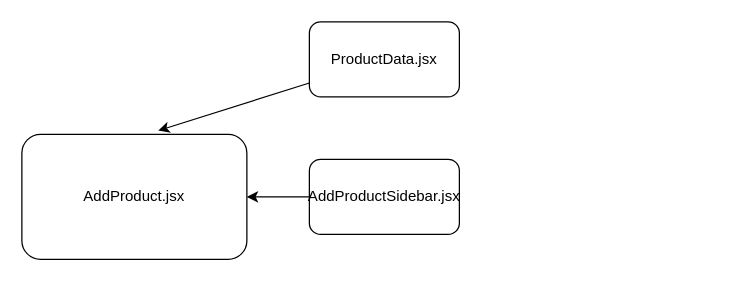
Before: admin/test.drawio in Asil-Ahmad/ecommerceAdmin, a draw.io diagram. Source tidied: cells renumbered, new cells numbered last; positions are measured from the earlier drawing's top-left corner, leaving out a move shared by most shapes. Both pictures are drawn from the tidied source at 125%, with x=0, y=0 at pixel (21, 21).
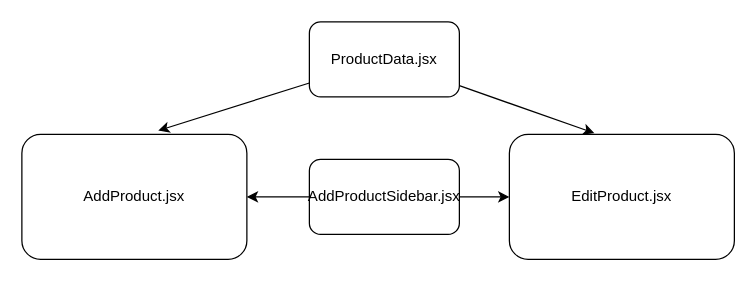
The same page after the edit.

Commit message (it also covers changes not shown here):
Fixed some issues with EditProduct,still need to fix selectedCategories

The edit, as a diff of the source:
```diff
@@
 <mxGraphModel>
   <root>
     <mxCell id="0" />
     <mxCell id="1" parent="0" />
     <mxCell id="2" value="AddProduct.jsx" style="rounded=1;whiteSpace=wrap;html=1;" parent="1" vertex="1">
       <mxGeometry y="90" width="180" height="100" as="geometry" />
     </mxCell>
     <mxCell id="3" style="edgeStyle=none;html=1;" parent="1" edge="1" source="4" target="2">
       <mxGeometry relative="1" as="geometry" />
     </mxCell>
+    <mxCell id="7" style="edgeStyle=none;html=1;" parent="1" edge="1" source="4" target="9">
+      <mxGeometry relative="1" as="geometry" />
+    </mxCell>
     <mxCell id="4" value="AddProductSidebar.jsx" style="rounded=1;whiteSpace=wrap;html=1;" parent="1" vertex="1">
       <mxGeometry x="230" y="110" width="120" height="60" as="geometry" />
     </mxCell>
     <mxCell id="5" style="edgeStyle=none;html=1;entryX=0.606;entryY=-0.03;entryDx=0;entryDy=0;entryPerimeter=0;" parent="1" edge="1" source="6" target="2">
       <mxGeometry relative="1" as="geometry" />
     </mxCell>
+    <mxCell id="8" style="edgeStyle=none;html=1;entryX=0.378;entryY=-0.01;entryDx=0;entryDy=0;entryPerimeter=0;" parent="1" edge="1" source="6" target="9">
+      <mxGeometry relative="1" as="geometry" />
+    </mxCell>
     <mxCell id="6" value="ProductData.jsx" style="rounded=1;whiteSpace=wrap;html=1;" parent="1" vertex="1">
       <mxGeometry x="230" width="120" height="60" as="geometry" />
     </mxCell>
+    <mxCell id="9" value="EditProduct.jsx" style="rounded=1;whiteSpace=wrap;html=1;" parent="1" vertex="1">
+      <mxGeometry x="390" y="90" width="180" height="100" as="geometry" />
+    </mxCell>
   </root>
 </mxGraphModel>
```
